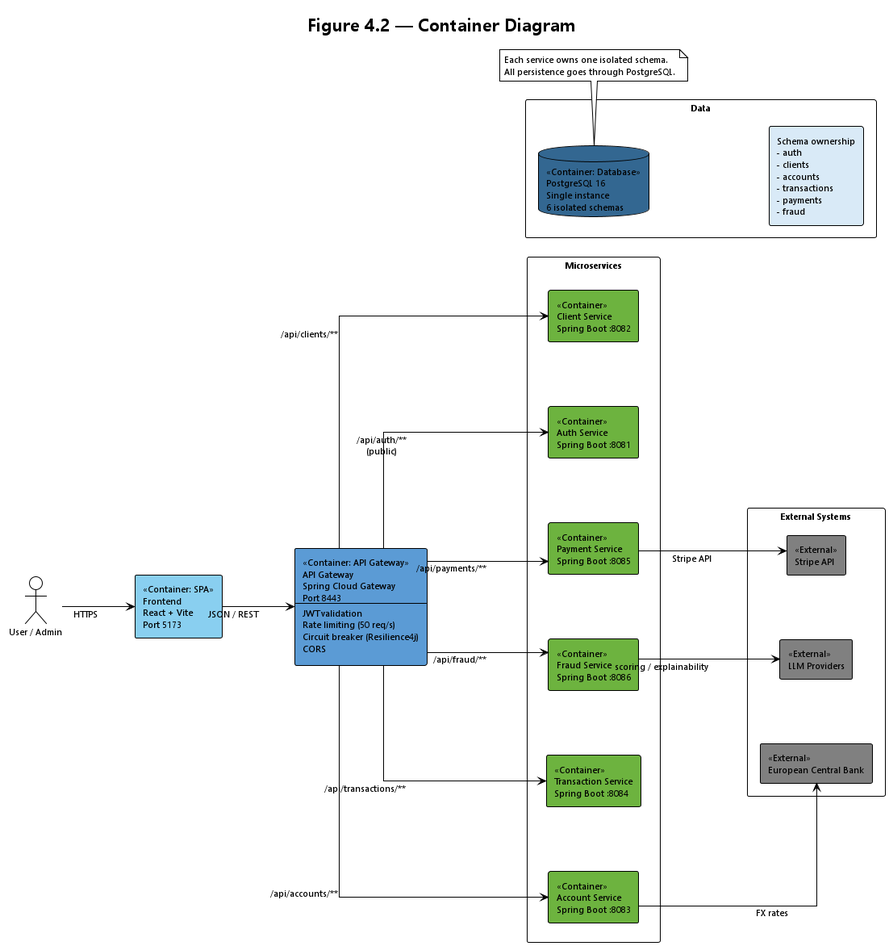
Earlier version of the PlantUML export out/uml/chapter4/containter/Container_Diagram.png (TurcanuTeodor/Online-Internet-Banking).
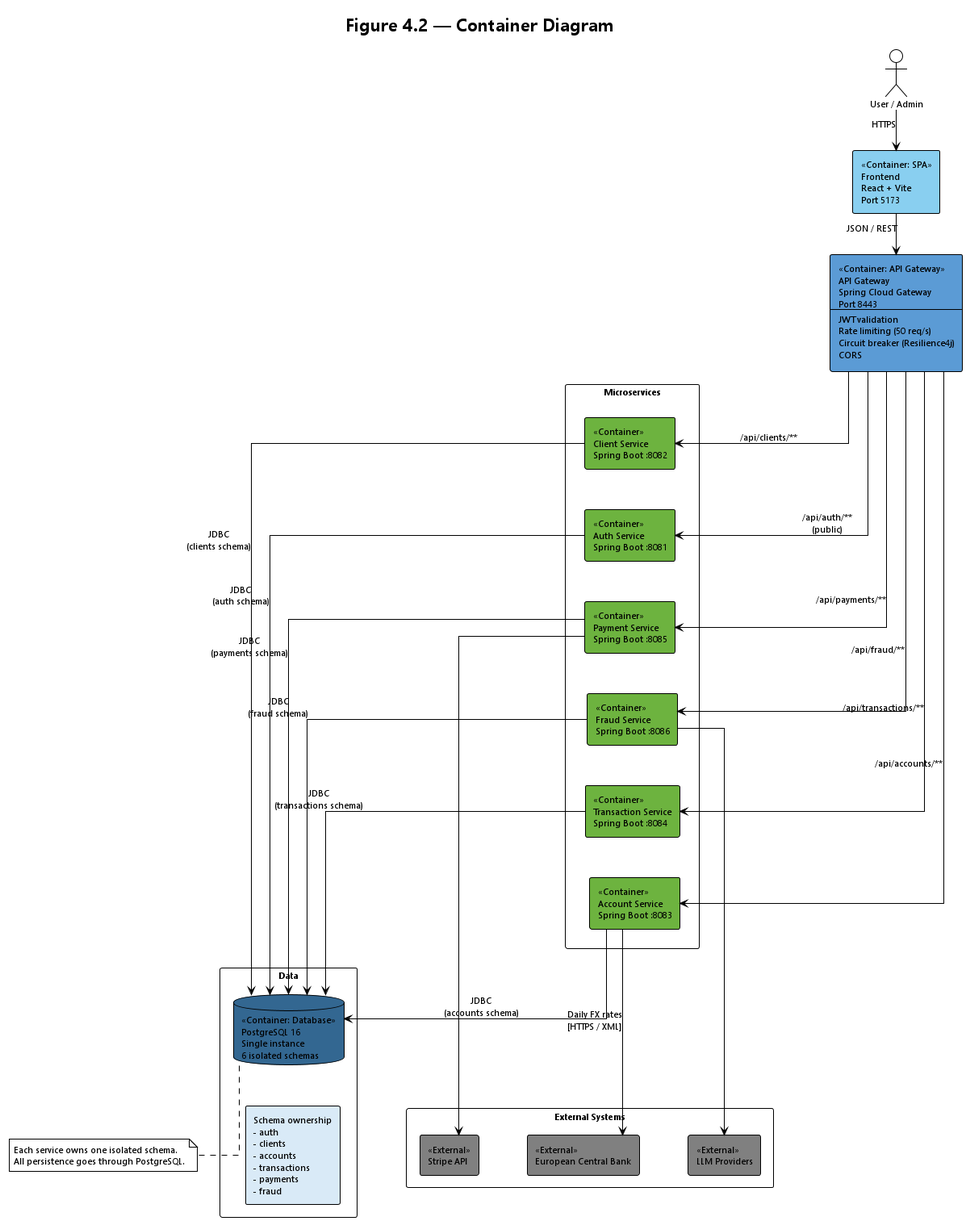
After the change.

The edit, as a diff of the source:
```diff
@@ -1,13 +1,13 @@
 @startuml Container_Diagram
 !theme plain
-left to right direction
+top to bottom direction
 skinparam backgroundColor white
 skinparam defaultFontName "Segoe UI"
 skinparam defaultFontSize 11
 skinparam shadowing false
 skinparam linetype ortho
-skinparam nodesep 80
-skinparam ranksep 90
+skinparam nodesep 60
+skinparam ranksep 50
 skinparam packageStyle rectangle
 
 title Figure 4.2 — Container Diagram
@@ -20,12 +20,12 @@
 
 package "Microservices" {
 	together {
+		rectangle "<<Container>>\nClient Service\nSpring Boot :8082" as CLIENT #6DB33F
 		rectangle "<<Container>>\nAuth Service\nSpring Boot :8081" as AUTH #6DB33F
-		rectangle "<<Container>>\nClient Service\nSpring Boot :8082" as CLIENT #6DB33F
-		rectangle "<<Container>>\nAccount Service\nSpring Boot :8083" as ACCOUNT #6DB33F
-		rectangle "<<Container>>\nTransaction Service\nSpring Boot :8084" as TX #6DB33F
 		rectangle "<<Container>>\nPayment Service\nSpring Boot :8085" as PAY #6DB33F
 		rectangle "<<Container>>\nFraud Service\nSpring Boot :8086" as FRAUD #6DB33F
+		rectangle "<<Container>>\nTransaction Service\nSpring Boot :8084" as TX #6DB33F
+		rectangle "<<Container>>\nAccount Service\nSpring Boot :8083" as ACCOUNT #6DB33F
 	}
 }
 
@@ -37,18 +37,18 @@
 
 package "External Systems" {
 	rectangle "<<External>>\nStripe API" as STRIPE #gray
+	rectangle "<<External>>\nLLM Providers" as LLM #gray
 	rectangle "<<External>>\nEuropean Central Bank" as ECB #gray
-	rectangle "<<External>>\nLLM Providers" as LLM #gray
 }
 
 USER --> FE : HTTPS
 FE --> GW : JSON / REST
 
-AUTH -[hidden]right-> CLIENT
-CLIENT -[hidden]right-> ACCOUNT
-ACCOUNT -[hidden]right-> TX
-TX -[hidden]right-> PAY
-PAY -[hidden]right-> FRAUD
+CLIENT -[hidden]down-> AUTH
+AUTH -[hidden]down-> PAY
+PAY -[hidden]down-> FRAUD
+FRAUD -[hidden]down-> TX
+TX -[hidden]down-> ACCOUNT
 
 DB -[hidden]down-> STRIPE
 STRIPE -[hidden]right-> ECB
@@ -66,8 +66,15 @@
 All persistence goes through PostgreSQL.
 end note
 
-PAY --> STRIPE : Stripe API
-ACCOUNT --> ECB : FX rates
-FRAUD --> LLM : scoring / explainability
+AUTH --> DB : JDBC\n(auth schema)
+CLIENT --> DB : JDBC\n(clients schema)
+ACCOUNT --> DB : JDBC\n(accounts schema)
+TX --> DB : JDBC\n(transactions schema)
+PAY --> DB : JDBC\n(payments schema)
+FRAUD --> DB : JDBC\n(fraud schema)
+
+PAY --> STRIPE
+FRAUD --> LLM
+ACCOUNT --> ECB : Daily FX rates\n[HTTPS / XML]
 
 @enduml
```
